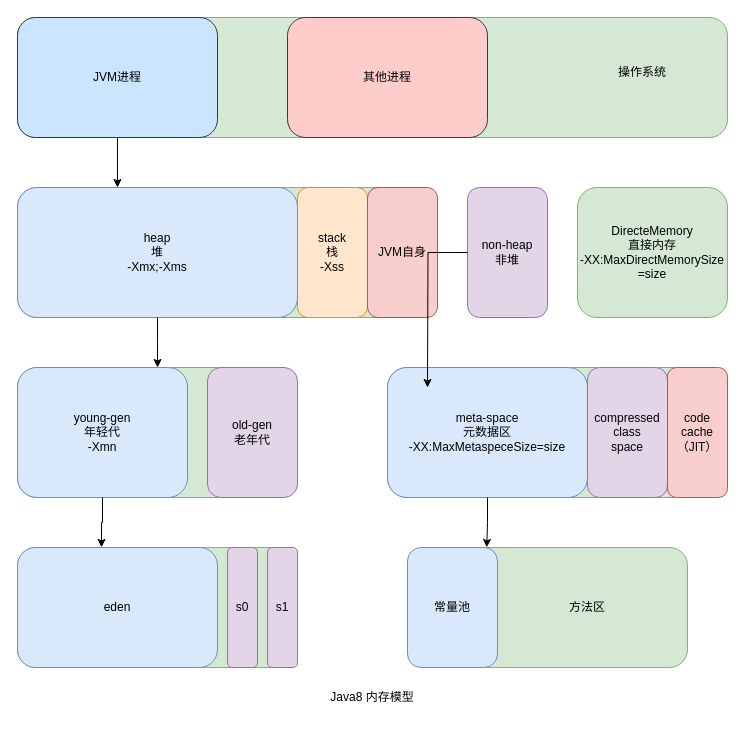
The draw.io diagram JDK/JVM.drawio in oliverschen/draw.io, before the edit. Source tidied: cells renumbered, new cells numbered last; positions are measured from the earlier drawing's top-left corner, leaving out a move shared by most shapes. Both pictures are drawn from the tidied source at 100%, with x=0, y=0 at pixel (17, 17).
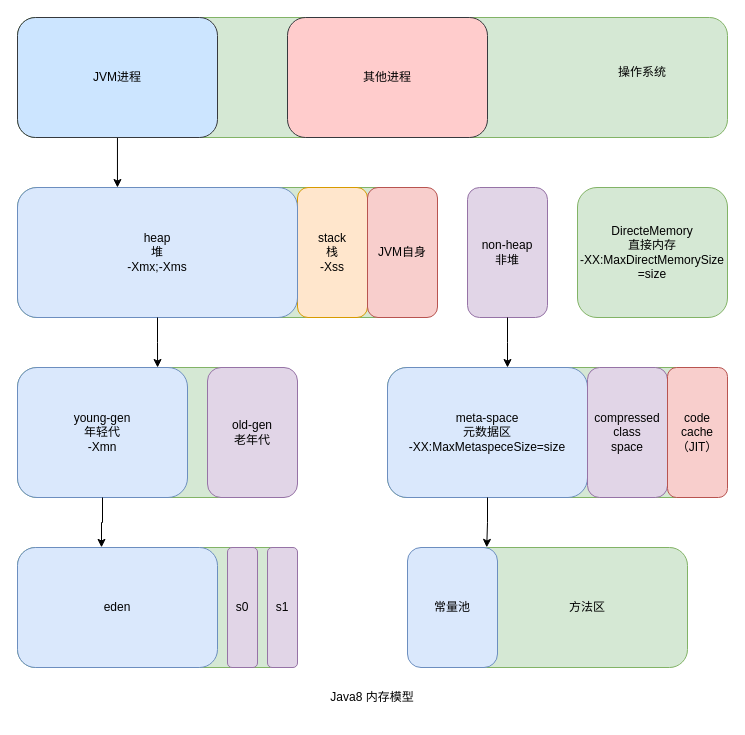
After the change.

Unchanged cells that the change refers to:
```xml
<mxCell id="31" value="non-heap&lt;br&gt;非堆" style="rounded=1;whiteSpace=wrap;html=1;fillColor=#e1d5e7;strokeColor=#9673a6;" parent="2" vertex="1">
  <mxGeometry x="450" y="170" width="80" height="130" as="geometry" />
</mxCell>
```

What changed in the source:
```diff
@@
-    <mxCell id="32" style="edgeStyle=orthogonalEdgeStyle;rounded=0;jettySize=auto;html=1;" parent="1" edge="1" source="31">
-      <mxGeometry relative="1" as="geometry">
-        <mxPoint x="410" y="370" as="targetPoint" />
-      </mxGeometry>
-    </mxCell>
+    <mxCell id="33" style="edgeStyle=orthogonalEdgeStyle;rounded=0;jettySize=auto;html=1;" parent="1" edge="1" source="31">
+      <mxGeometry relative="1" as="geometry">
+        <mxPoint x="490" y="350" as="targetPoint" />
+      </mxGeometry>
+    </mxCell>
```
